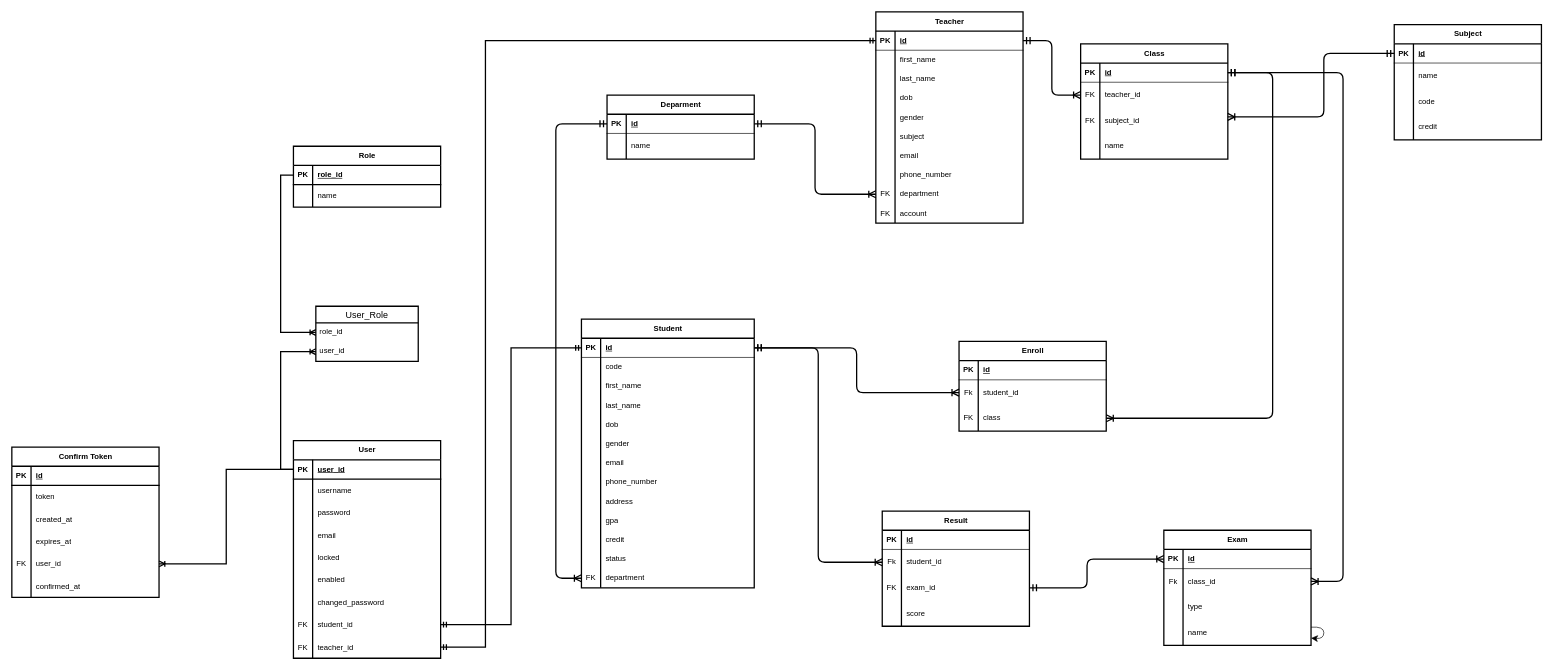
Jason1420/eLearning keeps this draw.io diagram as Untitled Diagram.drawio. Above is the earlier version. Source tidied: cells renumbered, new cells numbered last; positions are measured from the earlier drawing's top-left corner, leaving out a move shared by most shapes. Both pictures are drawn from the tidied source at 64%, with x=0, y=0 at pixel (12, 12).
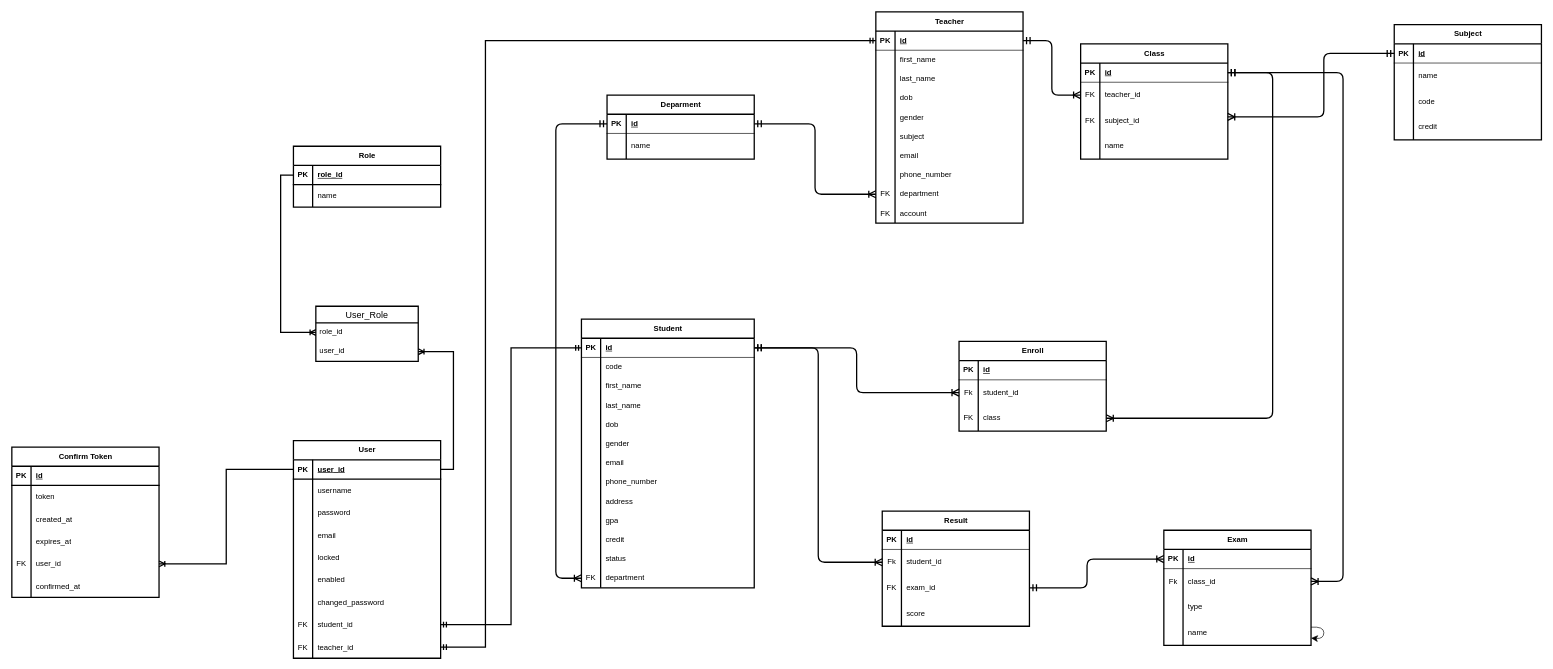
After the change.

The change refers to these unchanged cells:
```xml
<mxCell id="10" style="shape=tableRow;horizontal=0;startSize=0;swimlaneHead=0;swimlaneBody=0;fillColor=none;points=[[0,0.5],[1,0.5]];portConstraint=eastwest;top=0;left=0;right=0;bottom=1;strokeWidth=2;" parent="9" vertex="1">
  <mxGeometry y="30" width="230" height="30" as="geometry" />
</mxCell>
<mxCell id="40" value="user_id" style="text;strokeColor=none;fillColor=none;spacingLeft=4;spacingRight=4;overflow=hidden;points=[[0,0.5],[1,0.5]];portConstraint=eastwest;fontSize=12;whiteSpace=wrap;html=1;strokeWidth=2;" parent="38" vertex="1">
  <mxGeometry y="56" width="160" height="30" as="geometry" />
</mxCell>
```

Change to the diagram source:
```diff
@@
-    <mxCell id="41" style="edgeStyle=orthogonalEdgeStyle;rounded=0;jettySize=auto;html=1;endArrow=ERoneToMany;endFill=0;exitX=0;exitY=0.5;exitDx=0;exitDy=0;entryX=0;entryY=0.5;entryDx=0;entryDy=0;strokeWidth=2;" parent="1" edge="1" source="10" target="40">
+    <mxCell id="41" style="edgeStyle=orthogonalEdgeStyle;rounded=0;jettySize=auto;html=1;endArrow=ERoneToMany;endFill=0;exitX=1;exitY=0.5;exitDx=0;exitDy=0;entryX=1;entryY=0.5;entryDx=0;entryDy=0;strokeWidth=2;" parent="1" edge="1" source="10" target="40">
       <mxGeometry relative="1" as="geometry" />
     </mxCell>
```
